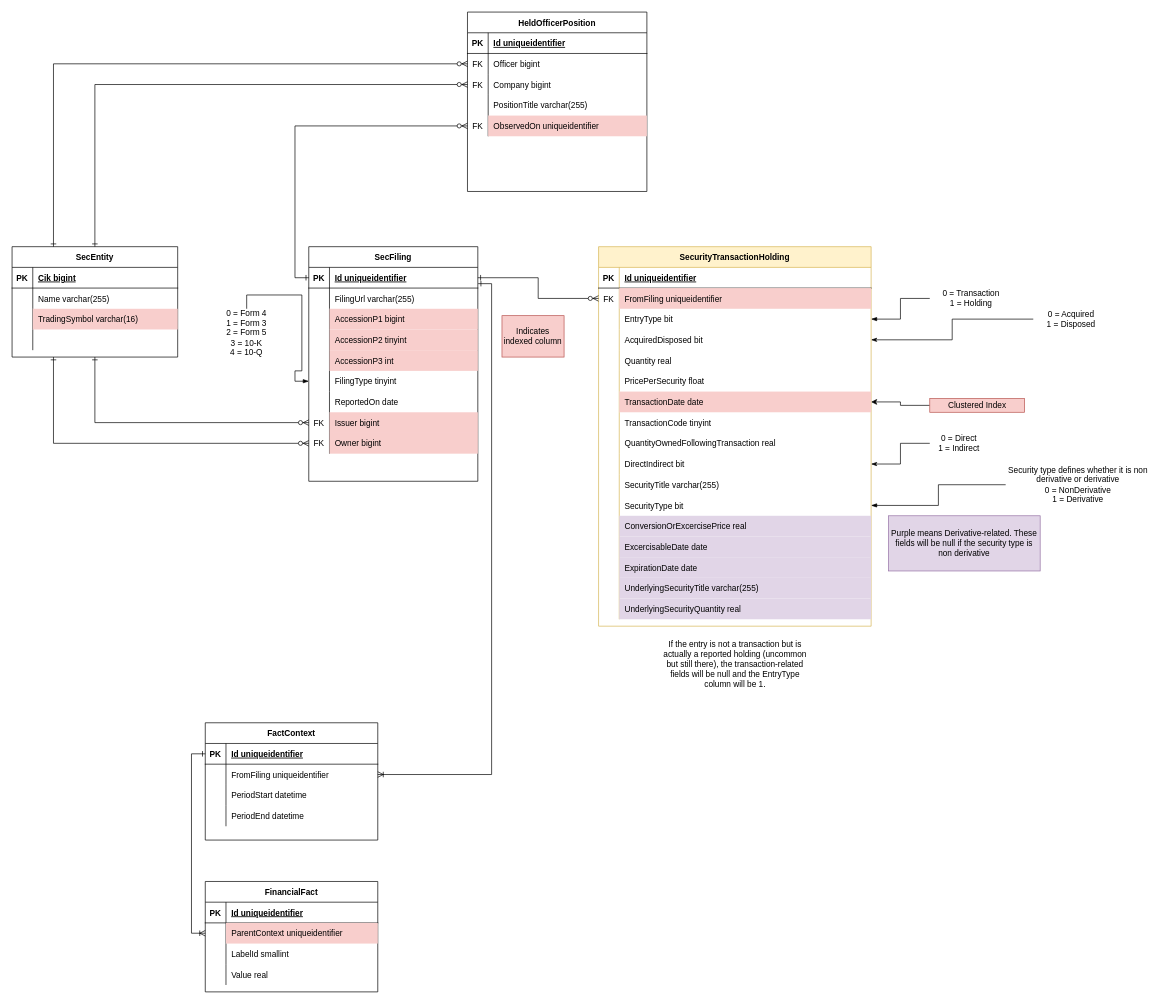
This is page "Filing-Derived" (1 of 3) of AletheiaErd.drawio from TimHanewich/Aletheia-Engine-Library, a draw.io file, before an edit. Source tidied: cells renumbered, new cells numbered last; positions are measured from the earlier drawing's top-left corner, leaving out a move shared by most shapes. Both pictures are drawn from the tidied source at 69%, with x=0, y=0 at pixel (12, 12).
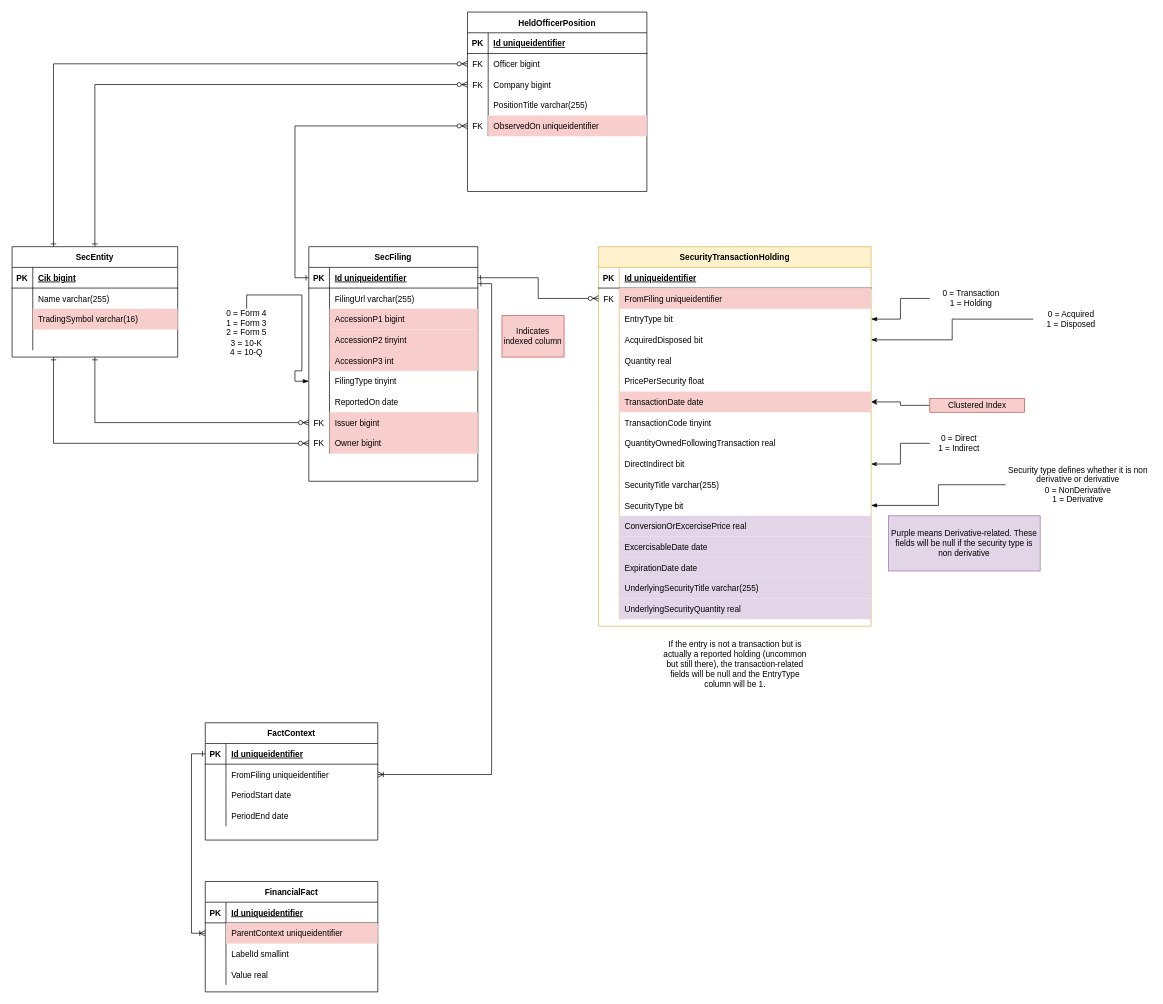
After the change.

Commit message:
Marked PeriodStart and PeriodEnd as date in ERD (switched datatype to date

The change refers to these unchanged cells:
```xml
<mxCell id="136" style="shape=partialRectangle;fillColor=none;top=0;left=0;bottom=0;right=0;" parent="129" vertex="1">
  <mxGeometry y="90" width="250" height="30" as="geometry" />
</mxCell>
<mxCell id="139" style="shape=partialRectangle;fillColor=none;top=0;left=0;bottom=0;right=0;" parent="129" vertex="1">
  <mxGeometry y="120" width="250" height="30" as="geometry" />
</mxCell>
```

Change to the diagram source:
```diff
@@
-    <mxCell id="138" value="PeriodStart datetime" style="shape=partialRectangle;fillColor=none;top=0;left=0;bottom=0;right=0;align=left;spacingLeft=6;overflow=hidden;" parent="136" vertex="1">
+    <mxCell id="138" value="PeriodStart date" style="shape=partialRectangle;fillColor=none;top=0;left=0;bottom=0;right=0;align=left;spacingLeft=6;overflow=hidden;" parent="136" vertex="1">
       <mxGeometry x="30" width="220" height="30" as="geometry" />
     </mxCell>
@@
-    <mxCell id="141" value="PeriodEnd datetime" style="shape=partialRectangle;fillColor=none;top=0;left=0;bottom=0;right=0;align=left;spacingLeft=6;overflow=hidden;" parent="139" vertex="1">
+    <mxCell id="141" value="PeriodEnd date" style="shape=partialRectangle;fillColor=none;top=0;left=0;bottom=0;right=0;align=left;spacingLeft=6;overflow=hidden;" parent="139" vertex="1">
       <mxGeometry x="30" width="220" height="30" as="geometry" />
     </mxCell>
```
